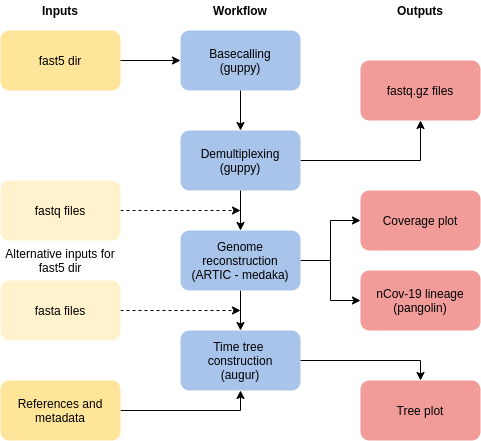
Before: data/figures/workflow.png, a diagram exported from draw.io (replikation/poreCov). Source tidied: cells renumbered, new cells last; positions are measured from the earlier drawing's top-left corner, leaving out a move shared by most shapes.
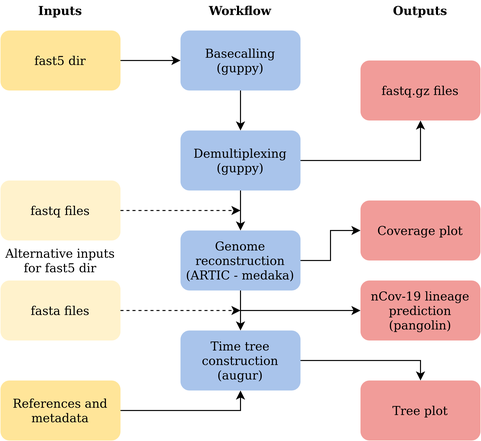
Above is the later version.

Commit message:
workflow fig update

Change to the diagram source:
```diff
@@ -22,24 +22,29 @@
       <mxGeometry relative="1" as="geometry">
         <Array as="points">
           <mxPoint x="330" y="260" />
-          <mxPoint x="330" y="220" />
+          <mxPoint x="330" y="230" />
         </Array>
       </mxGeometry>
     </mxCell>
     <mxCell id="7" style="edgeStyle=orthogonalEdgeStyle;rounded=0;jettySize=auto;html=1;targetPerimeterSpacing=6;entryX=0.5;entryY=0;entryDx=0;entryDy=0;" parent="1" edge="1" source="9" target="18">
       <mxGeometry relative="1" as="geometry" />
     </mxCell>
-    <mxCell id="8" style="edgeStyle=orthogonalEdgeStyle;rounded=0;jettySize=auto;html=1;" parent="1" edge="1" source="9" target="10">
-      <mxGeometry relative="1" as="geometry" />
+    <mxCell id="8" style="edgeStyle=orthogonalEdgeStyle;rounded=0;jettySize=auto;html=1;" parent="1" edge="1" target="10">
+      <mxGeometry relative="1" as="geometry">
+        <mxPoint x="240" y="300" as="sourcePoint" />
+        <Array as="points">
+          <mxPoint x="240" y="310" />
+        </Array>
+      </mxGeometry>
     </mxCell>
     <mxCell id="9" value="&lt;div&gt;Genome reconstruction&lt;/div&gt;&lt;div&gt; (ARTIC - medaka)&lt;/div&gt;" style="rounded=1;whiteSpace=wrap;html=1;fillColor=#A9C4EB;strokeColor=none;" parent="1" vertex="1">
       <mxGeometry x="180" y="230" width="120" height="60" as="geometry" />
     </mxCell>
-    <mxCell id="10" value="&lt;div&gt;nCov-19 lineage&lt;br&gt;(pangolin)&lt;/div&gt;" style="rounded=1;whiteSpace=wrap;html=1;fillColor=#F19C99;strokeColor=none;" parent="1" vertex="1">
-      <mxGeometry x="360" y="270" width="120" height="60" as="geometry" />
+    <mxCell id="10" value="&lt;div&gt;nCov-19 lineage prediction&lt;br&gt;(pangolin)&lt;/div&gt;" style="rounded=1;whiteSpace=wrap;html=1;fillColor=#F19C99;strokeColor=none;" parent="1" vertex="1">
+      <mxGeometry x="360" y="280" width="120" height="60" as="geometry" />
     </mxCell>
     <mxCell id="11" value="Coverage plot" style="rounded=1;whiteSpace=wrap;html=1;fillColor=#F19C99;strokeColor=none;" parent="1" vertex="1">
-      <mxGeometry x="360" y="190" width="120" height="60" as="geometry" />
+      <mxGeometry x="360" y="200" width="120" height="60" as="geometry" />
     </mxCell>
     <mxCell id="12" style="endArrow=classic;html=1;exitX=0.5;exitY=1;exitDx=0;exitDy=0;entryX=0.5;entryY=0;entryDx=0;entryDy=0;" parent="1" edge="1" source="2" target="4">
       <mxGeometry relative="1" as="geometry" />
```
